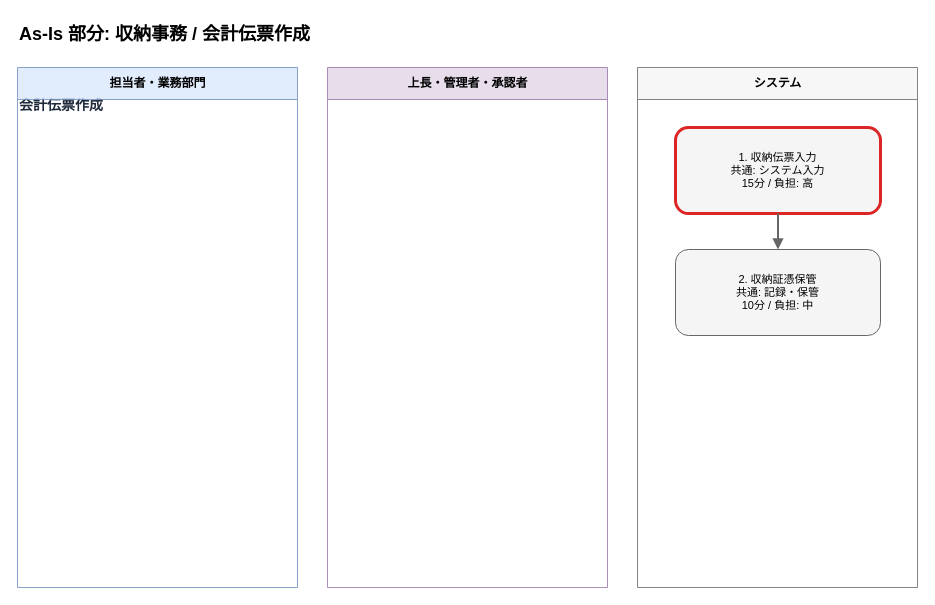
Toshiki811/ai-business-analysis-heatmap keeps this draw.io diagram as output/flows/asis_収納事務__会計伝票作成_20260608.drawio. Above is the earlier version. Source tidied: cells renumbered, new cells numbered last; positions are measured from the earlier drawing's top-left corner, leaving out a move shared by most shapes. Both pictures are drawn from the tidied source at 100%, with x=0, y=0 at pixel (17, 17).
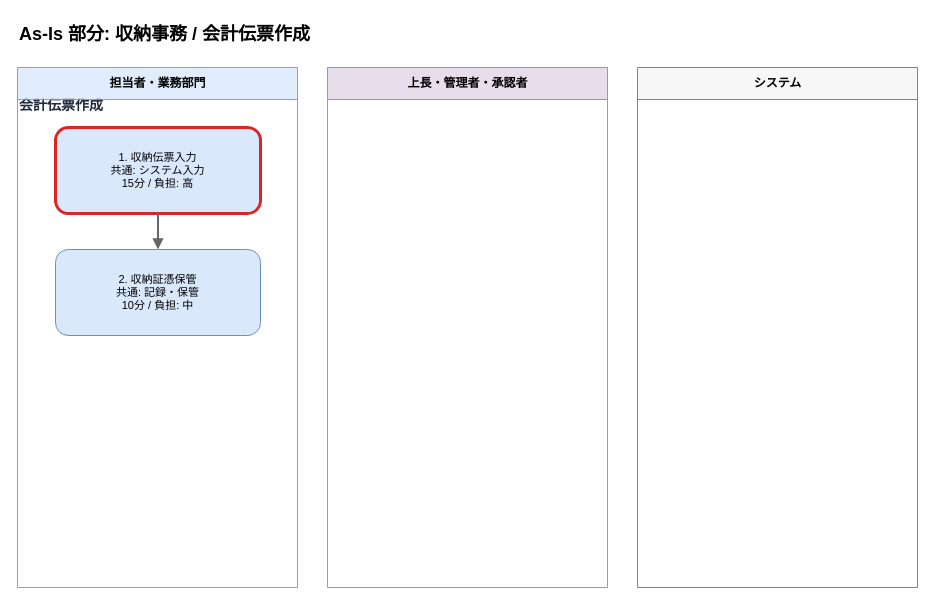
After the change.

The edit, as a diff of the source:
```diff
@@
 <mxGraphModel>
   <root>
     <mxCell id="0" />
     <mxCell id="1" parent="0" />
     <mxCell id="2" value="会計伝票作成" style="text;html=1;strokeColor=none;fillColor=none;align=left;verticalAlign=middle;whiteSpace=wrap;fontSize=14;fontStyle=1;fontColor=#1e293b;" parent="1" vertex="1">
       <mxGeometry y="76" width="860" height="24" as="geometry" />
     </mxCell>
     <mxCell id="3" value="As-Is 部分: 収納事務 / 会計伝票作成" style="text;html=1;strokeColor=none;fillColor=none;align=left;fontSize=18;fontStyle=1;" parent="1" vertex="1">
       <mxGeometry width="880" height="30" as="geometry" />
     </mxCell>
     <mxCell id="4" value="担当者・業務部門" style="swimlane;horizontal=1;startSize=32;html=1;fillColor=#dae8fc;strokeColor=#6c8ebf;fontSize=12;fontStyle=1;opacity=80;" parent="1" vertex="1">
       <mxGeometry y="50" width="280" height="520" as="geometry" />
     </mxCell>
     <mxCell id="5" value="上長・管理者・承認者" style="swimlane;horizontal=1;startSize=32;html=1;fillColor=#e1d5e7;strokeColor=#9673a6;fontSize=12;fontStyle=1;opacity=80;" parent="1" vertex="1">
       <mxGeometry x="310" y="50" width="280" height="520" as="geometry" />
     </mxCell>
     <mxCell id="6" value="システム" style="swimlane;horizontal=1;startSize=32;html=1;fillColor=#f5f5f5;strokeColor=#666666;fontSize=12;fontStyle=1;opacity=80;" parent="1" vertex="1">
       <mxGeometry x="620" y="50" width="280" height="520" as="geometry" />
     </mxCell>
-    <mxCell id="7" value="1. 収納伝票入力&#10;共通: システム入力&#10;15分 / 負担: 高" style="rounded=1;whiteSpace=wrap;html=1;fillColor=#f5f5f5;strokeColor=#dc2626;strokeWidth=3;fontSize=11;fontColor=#000000;" parent="1" vertex="1">
-      <mxGeometry x="658" y="110" width="205" height="86" as="geometry" />
+    <mxCell id="7" value="1. 収納伝票入力&#10;共通: システム入力&#10;15分 / 負担: 高" style="rounded=1;whiteSpace=wrap;html=1;fillColor=#dae8fc;strokeColor=#dc2626;strokeWidth=3;fontSize=11;fontColor=#000000;" parent="1" vertex="1">
+      <mxGeometry x="38" y="110" width="205" height="86" as="geometry" />
     </mxCell>
-    <mxCell id="8" value="2. 収納証憑保管&#10;共通: 記録・保管&#10;10分 / 負担: 中" style="rounded=1;whiteSpace=wrap;html=1;fillColor=#f5f5f5;strokeColor=#666666;strokeWidth=1;fontSize=11;fontColor=#000000;" parent="1" vertex="1">
-      <mxGeometry x="658" y="232" width="205" height="86" as="geometry" />
+    <mxCell id="8" value="2. 収納証憑保管&#10;共通: 記録・保管&#10;10分 / 負担: 中" style="rounded=1;whiteSpace=wrap;html=1;fillColor=#dae8fc;strokeColor=#6c8ebf;strokeWidth=1;fontSize=11;fontColor=#000000;" parent="1" vertex="1">
+      <mxGeometry x="38" y="232" width="205" height="86" as="geometry" />
     </mxCell>
     <mxCell id="9" style="edgeStyle=orthogonalEdgeStyle;rounded=0;html=1;strokeColor=#666666;strokeWidth=2;endArrow=block;endFill=1;fontSize=11;fontColor=#1f2937;" parent="1" edge="1" source="7" target="8">
       <mxGeometry relative="1" as="geometry" />
     </mxCell>
   </root>
 </mxGraphModel>
```
